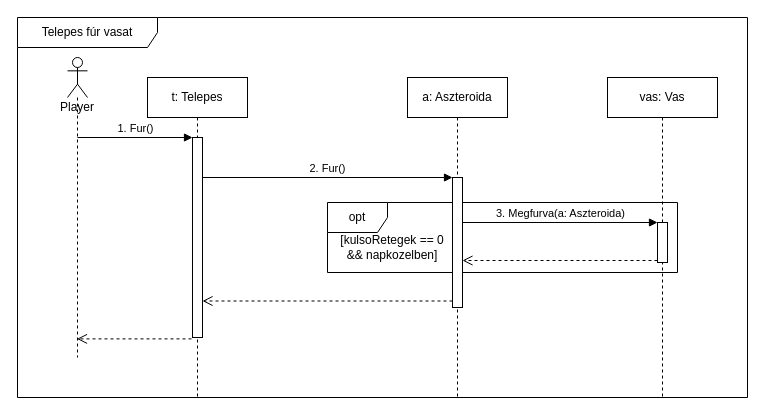
Before: page "Vas" (1 of 5) of doc/szekvencia/szek_RobotFur.drawio in torpeBoiGo/aszteroidabanyaszat, a draw.io diagram. Source tidied: cells renumbered, new cells numbered last; positions are measured from the earlier drawing's top-left corner, leaving out a move shared by most shapes. Both pictures are drawn from the tidied source at 100%, with x=0, y=0 at pixel (17, 17).
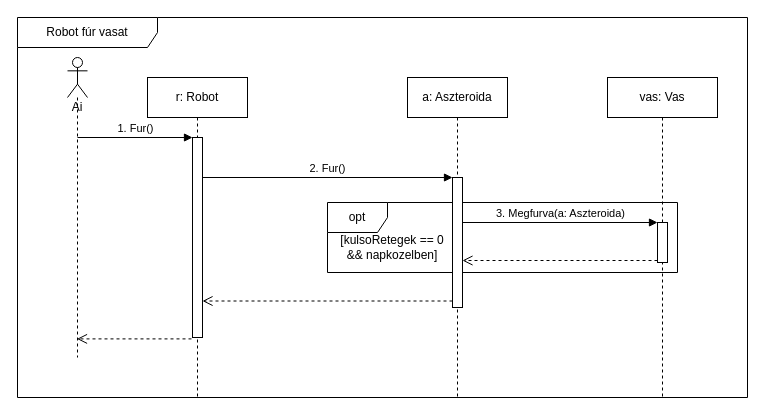
After the change.

What changed in the source:
```diff
@@
 <mxGraphModel>
   <root>
     <mxCell id="0" />
     <mxCell id="1" parent="0" />
-    <mxCell id="2" value="Telepes fúr vasat" style="shape=umlFrame;whiteSpace=wrap;html=1;width=140;height=30;" parent="1" vertex="1">
+    <mxCell id="2" value="Robot fúr vasat" style="shape=umlFrame;whiteSpace=wrap;html=1;width=140;height=30;" parent="1" vertex="1">
       <mxGeometry width="730" height="380" as="geometry" />
     </mxCell>
     <mxCell id="3" value="opt" style="shape=umlFrame;whiteSpace=wrap;html=1;" parent="1" vertex="1">
       <mxGeometry x="310" y="185" width="350" height="70" as="geometry" />
     </mxCell>
-    <mxCell id="4" value="t: Telepes" style="shape=umlLifeline;perimeter=lifelinePerimeter;whiteSpace=wrap;html=1;" parent="1" vertex="1">
+    <mxCell id="4" value="r: Robot" style="shape=umlLifeline;perimeter=lifelinePerimeter;whiteSpace=wrap;html=1;" parent="1" vertex="1">
       <mxGeometry x="130" y="60" width="100" height="320" as="geometry" />
     </mxCell>
     <mxCell id="5" style="html=1;points=[];perimeter=orthogonalPerimeter;" parent="4" vertex="1">
       <mxGeometry x="45" y="60" width="10" height="200" as="geometry" />
     </mxCell>
     <mxCell id="6" value="1. Fur()" style="html=1;verticalAlign=bottom;endArrow=block;entryX=0;entryY=0;" parent="4" edge="1" target="5">
       <mxGeometry relative="1" as="geometry">
         <mxPoint x="-70" y="60" as="sourcePoint" />
       </mxGeometry>
     </mxCell>
     <mxCell id="7" value="a: Aszteroida" style="shape=umlLifeline;perimeter=lifelinePerimeter;whiteSpace=wrap;html=1;" parent="1" vertex="1">
       <mxGeometry x="390" y="60" width="100" height="320" as="geometry" />
     </mxCell>
     <mxCell id="8" style="html=1;points=[];perimeter=orthogonalPerimeter;" parent="7" vertex="1">
       <mxGeometry x="45" y="100" width="10" height="130" as="geometry" />
     </mxCell>
     <mxCell id="9" value="2. Fur()" style="html=1;verticalAlign=bottom;endArrow=block;entryX=0;entryY=0;" parent="1" edge="1" source="5" target="8">
       <mxGeometry relative="1" as="geometry" />
     </mxCell>
     <mxCell id="10" style="html=1;verticalAlign=bottom;endArrow=open;dashed=1;endSize=8;exitX=0;exitY=0.95;" parent="1" edge="1" source="8" target="5">
       <mxGeometry x="0.02" y="54" relative="1" as="geometry" />
     </mxCell>
     <mxCell id="11" value="vas: Vas" style="shape=umlLifeline;perimeter=lifelinePerimeter;whiteSpace=wrap;html=1;" parent="1" vertex="1">
       <mxGeometry x="590" y="60" width="110" height="320" as="geometry" />
     </mxCell>
     <mxCell id="12" style="html=1;points=[];perimeter=orthogonalPerimeter;" parent="11" vertex="1">
       <mxGeometry x="50" y="145" width="10" height="40" as="geometry" />
     </mxCell>
     <mxCell id="13" value="3. Megfurva(a: Aszteroida)" style="html=1;verticalAlign=bottom;endArrow=block;entryX=0;entryY=0;" parent="1" edge="1" source="8" target="12">
       <mxGeometry relative="1" as="geometry" />
     </mxCell>
     <mxCell id="14" style="html=1;verticalAlign=bottom;endArrow=open;dashed=1;endSize=8;exitX=0;exitY=0.95;" parent="1" edge="1" source="12" target="8">
       <mxGeometry x="-0.09" y="52" relative="1" as="geometry" />
     </mxCell>
     <mxCell id="15" value="[kulsoRetegek == 0 &amp;amp;&amp;amp; napkozelben]" style="text;html=1;strokeColor=none;fillColor=none;align=center;verticalAlign=middle;whiteSpace=wrap;rounded=0;" parent="1" vertex="1">
       <mxGeometry x="320" y="220" width="110" height="20" as="geometry" />
     </mxCell>
-    <mxCell id="16" value="Player" style="shape=umlLifeline;participant=umlActor;perimeter=lifelinePerimeter;whiteSpace=wrap;html=1;verticalAlign=top;spacingTop=36;outlineConnect=0;" parent="1" vertex="1">
+    <mxCell id="16" value="Ai" style="shape=umlLifeline;participant=umlActor;perimeter=lifelinePerimeter;whiteSpace=wrap;html=1;verticalAlign=top;spacingTop=36;outlineConnect=0;" parent="1" vertex="1">
       <mxGeometry x="50" y="40" width="20" height="300" as="geometry" />
     </mxCell>
     <mxCell id="17" style="html=1;verticalAlign=bottom;endArrow=open;dashed=1;endSize=8;exitX=-0.1;exitY=1.007;exitDx=0;exitDy=0;exitPerimeter=0;" parent="1" edge="1" source="5" target="16">
       <mxGeometry x="0.24" y="77" relative="1" as="geometry" />
     </mxCell>
   </root>
 </mxGraphModel>
```
